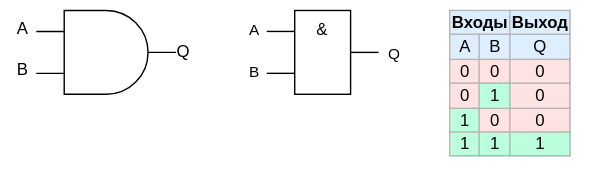
This is .pic/Introduction/How FPGA works/fig_01.drawio.svg from MPSU/APS, a draw.io export, as it was before one commit. Source tidied: cells renumbered, new cells last; positions are measured from the earlier drawing's top-left corner, leaving out a move shared by most shapes.
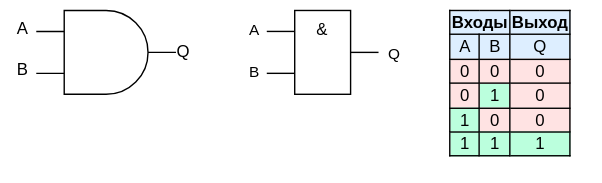
The same file after the commit.

What changed in the source:
```diff
@@ -47,7 +47,7 @@
     <mxCell id="12" value="&amp;amp;" style="rounded=0;whiteSpace=wrap;html=1;horizontal=1;verticalAlign=top;" parent="1" vertex="1">
       <mxGeometry x="210" y="7" width="40" height="60" as="geometry" />
     </mxCell>
-    <mxCell id="13" value="&lt;table border=&quot;1&quot; class=&quot;wikitable&quot; style=&quot;float: right; text-align: center; border: 1px solid rgb(179, 179, 179); border-collapse: collapse;&quot;&gt;&lt;tbody&gt;&lt;tr style=&quot;background:#def;&quot;&gt;&lt;td colspan=&quot;2&quot;&gt;&lt;b&gt;Входы&lt;/b&gt;&lt;/td&gt;&lt;td&gt;&lt;b&gt;Выход&lt;/b&gt;&lt;br&gt;&lt;/td&gt;&lt;/tr&gt;&lt;tr style=&quot;background:#def;&quot;&gt;&lt;td&gt;A&lt;/td&gt;&lt;td&gt;B&lt;/td&gt;&lt;td&gt;Q&lt;br&gt;&lt;/td&gt;&lt;/tr&gt;&lt;tr&gt;&lt;td style=&quot;background: #FFE3E3; color: black; vertical-align: middle; text-align: center;&quot; class=&quot;table-no2&quot;&gt;0&lt;/td&gt;&lt;td style=&quot;background: #FFE3E3; color: black; vertical-align: middle; text-align: center;&quot; class=&quot;table-no2&quot;&gt;0&lt;/td&gt;&lt;td style=&quot;background: #FFE3E3; color: black; vertical-align: middle; text-align: center;&quot; class=&quot;table-no2&quot;&gt;0&lt;br&gt;&lt;/td&gt;&lt;/tr&gt;&lt;tr&gt;&lt;td style=&quot;background: #FFE3E3; color: black; vertical-align: middle; text-align: center;&quot; class=&quot;table-no2&quot;&gt;0&lt;/td&gt;&lt;td style=&quot;background:#bfd; color:black; vertical-align:middle; text-align:center;&quot; class=&quot;table-yes2&quot;&gt;1&lt;/td&gt;&lt;td border=&quot;1&quot; style=&quot;background: rgb(255, 227, 227); color: black; vertical-align: middle; text-align: center; border-collapse: collapse;&quot; class=&quot;table-no2&quot;&gt;&lt;span style=&quot;&quot;&gt;0&lt;/span&gt;&lt;br&gt;&lt;/td&gt;&lt;/tr&gt;&lt;tr&gt;&lt;td style=&quot;background:#bfd; color:black; vertical-align:middle; text-align:center;&quot; class=&quot;table-yes2&quot;&gt;1&lt;/td&gt;&lt;td style=&quot;background: #FFE3E3; color: black; vertical-align: middle; text-align: center;&quot; class=&quot;table-no2&quot;&gt;0&lt;/td&gt;&lt;td style=&quot;background: rgb(255, 227, 227); color: black; vertical-align: middle; text-align: center;&quot; class=&quot;table-no2&quot;&gt;0&lt;br&gt;&lt;/td&gt;&lt;/tr&gt;&lt;tr&gt;&lt;td style=&quot;background:#bfd; color:black; vertical-align:middle; text-align:center;&quot; class=&quot;table-yes2&quot;&gt;1&lt;/td&gt;&lt;td style=&quot;background:#bfd; color:black; vertical-align:middle; text-align:center;&quot; class=&quot;table-yes2&quot;&gt;1&lt;/td&gt;&lt;td style=&quot;background: rgb(187, 255, 221); color: black; vertical-align: middle; text-align: center;&quot; class=&quot;table-yes2&quot;&gt;1&lt;br&gt;&lt;/td&gt;&lt;/tr&gt;&lt;/tbody&gt;&lt;/table&gt;" style="text;whiteSpace=wrap;html=1;strokeColor=none;" parent="1" vertex="1">
+    <mxCell id="13" value="&lt;table border=&quot;1&quot; class=&quot;wikitable&quot; style=&quot;float: right; text-align: center; border: 1px solid rgb(0, 0, 0); border-collapse: collapse;&quot;&gt;&lt;tbody&gt;&lt;tr style=&quot;background:#def;&quot;&gt;&lt;td colspan=&quot;2&quot; style=&quot;border: 1px solid rgb(0, 0, 0);&quot;&gt;&lt;b&gt;Входы&lt;/b&gt;&lt;/td&gt;&lt;td style=&quot;border: 1px solid rgb(0, 0, 0);&quot;&gt;&lt;b&gt;Выход&lt;/b&gt;&lt;br&gt;&lt;/td&gt;&lt;/tr&gt;&lt;tr style=&quot;background:#def;&quot;&gt;&lt;td style=&quot;border: 1px solid rgb(0, 0, 0);&quot;&gt;A&lt;/td&gt;&lt;td style=&quot;border: 1px solid rgb(0, 0, 0);&quot;&gt;B&lt;/td&gt;&lt;td style=&quot;border: 1px solid rgb(0, 0, 0);&quot;&gt;Q&lt;br&gt;&lt;/td&gt;&lt;/tr&gt;&lt;tr&gt;&lt;td style=&quot;background: #FFE3E3; color: black; vertical-align: middle; text-align: center; border: 1px solid rgb(0, 0, 0);&quot; class=&quot;table-no2&quot;&gt;0&lt;/td&gt;&lt;td style=&quot;background: #FFE3E3; color: black; vertical-align: middle; text-align: center; border: 1px solid rgb(0, 0, 0);&quot; class=&quot;table-no2&quot;&gt;0&lt;/td&gt;&lt;td style=&quot;background: #FFE3E3; color: black; vertical-align: middle; text-align: center; border: 1px solid rgb(0, 0, 0);&quot; class=&quot;table-no2&quot;&gt;0&lt;br&gt;&lt;/td&gt;&lt;/tr&gt;&lt;tr&gt;&lt;td style=&quot;background: #FFE3E3; color: black; vertical-align: middle; text-align: center; border: 1px solid rgb(0, 0, 0);&quot; class=&quot;table-no2&quot;&gt;0&lt;/td&gt;&lt;td style=&quot;background:#bfd; color:black; vertical-align:middle; text-align:center; border: 1px solid rgb(0, 0, 0);&quot; class=&quot;table-yes2&quot;&gt;1&lt;/td&gt;&lt;td border=&quot;1&quot; style=&quot;background: rgb(255, 227, 227); color: black; vertical-align: middle; text-align: center; border-collapse: collapse; border: 1px solid rgb(0, 0, 0);&quot; class=&quot;table-no2&quot;&gt;&lt;span style=&quot;&quot;&gt;0&lt;/span&gt;&lt;br&gt;&lt;/td&gt;&lt;/tr&gt;&lt;tr&gt;&lt;td style=&quot;background:#bfd; color:black; vertical-align:middle; text-align:center; border: 1px solid rgb(0, 0, 0);&quot; class=&quot;table-yes2&quot;&gt;1&lt;/td&gt;&lt;td style=&quot;background: #FFE3E3; color: black; vertical-align: middle; text-align: center; border: 1px solid rgb(0, 0, 0);&quot; class=&quot;table-no2&quot;&gt;0&lt;/td&gt;&lt;td style=&quot;background: rgb(255, 227, 227); color: black; vertical-align: middle; text-align: center; border: 1px solid rgb(0, 0, 0);&quot; class=&quot;table-no2&quot;&gt;0&lt;br&gt;&lt;/td&gt;&lt;/tr&gt;&lt;tr&gt;&lt;td style=&quot;background:#bfd; color:black; vertical-align:middle; text-align:center; border: 1px solid rgb(0, 0, 0);&quot; class=&quot;table-yes2&quot;&gt;1&lt;/td&gt;&lt;td style=&quot;background:#bfd; color:black; vertical-align:middle; text-align:center; border: 1px solid rgb(0, 0, 0);&quot; class=&quot;table-yes2&quot;&gt;1&lt;/td&gt;&lt;td style=&quot;background: rgb(187, 255, 221); color: black; vertical-align: middle; text-align: center; border: 1px solid rgb(0, 0, 0);&quot; class=&quot;table-yes2&quot;&gt;1&lt;br&gt;&lt;/td&gt;&lt;/tr&gt;&lt;/tbody&gt;&lt;/table&gt;" style="text;whiteSpace=wrap;html=1;strokeColor=none;" parent="1" vertex="1">
       <mxGeometry x="319" width="110" height="130" as="geometry" />
     </mxCell>
   </root>
```
